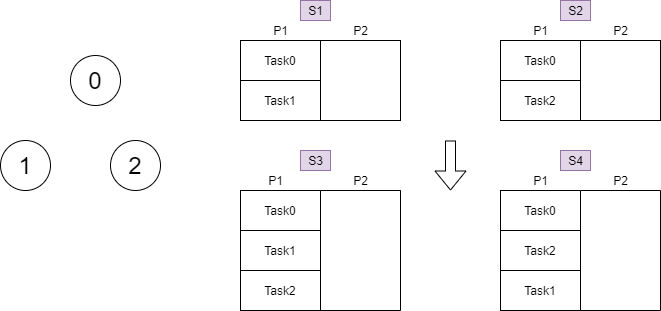
Before: docs/Wiki/Parallelisation/diagrams/rendered/3rdDuplicate.png, a diagram exported from draw.io (butterplup/Task-Scheduler). Source tidied: cells renumbered, new cells last; positions are measured from the earlier drawing's top-left corner, leaving out a move shared by most shapes.
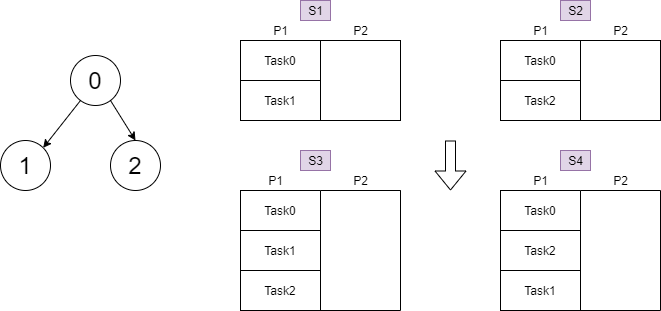
After the commit.

Commit message:
Add back the missing edges in the diagram

Diff of the diagram source:
```diff
@@ -119,5 +119,15 @@
     <mxCell id="39" value="Task1" style="rounded=0;whiteSpace=wrap;html=1;" parent="1" vertex="1">
       <mxGeometry x="500" y="270" width="80" height="40" as="geometry" />
     </mxCell>
+    <mxCell id="40" style="endArrow=classic;html=1;entryX=1;entryY=0;entryDx=0;entryDy=0;" parent="1" edge="1" target="4">
+      <mxGeometry relative="1" as="geometry">
+        <mxPoint x="80" y="100" as="sourcePoint" />
+      </mxGeometry>
+    </mxCell>
+    <mxCell id="41" style="endArrow=classic;html=1;entryX=0.5;entryY=0;entryDx=0;entryDy=0;" parent="1" edge="1" target="27">
+      <mxGeometry relative="1" as="geometry">
+        <mxPoint x="110" y="100" as="sourcePoint" />
+      </mxGeometry>
+    </mxCell>
   </root>
 </mxGraphModel>
```
